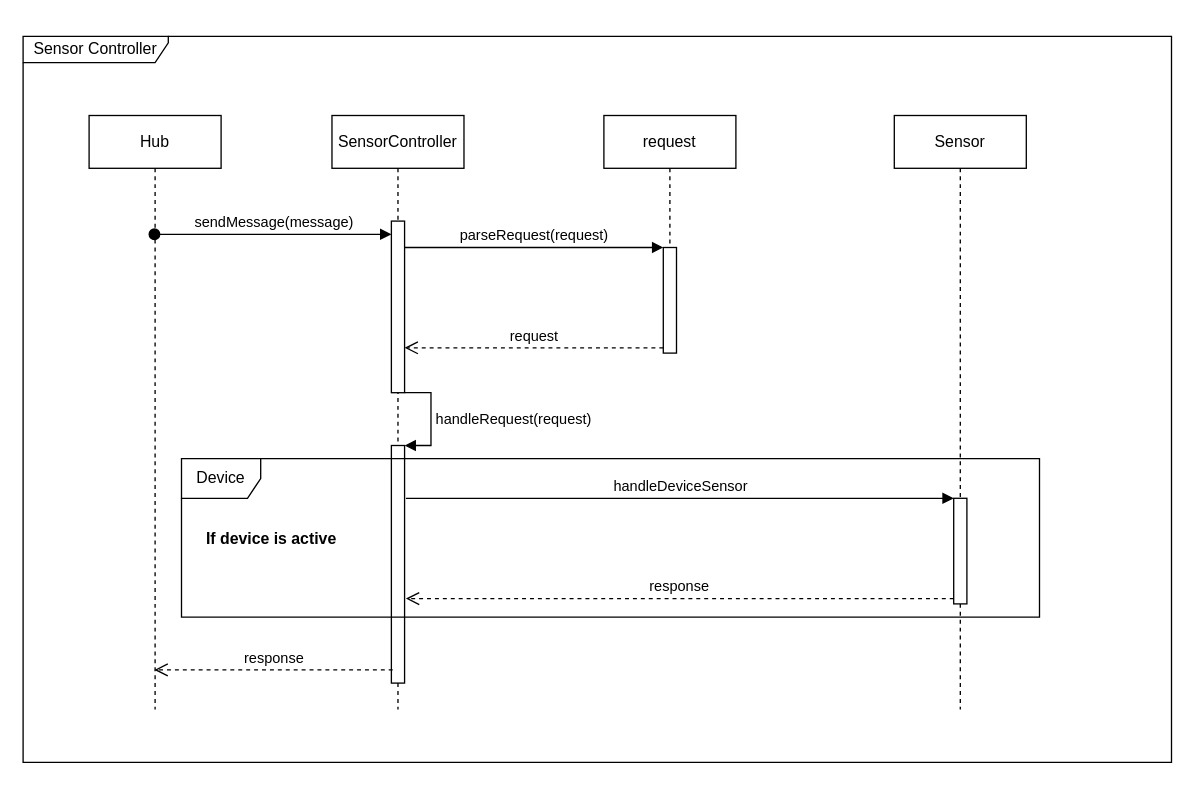
The draw.io diagram page "Page-5" (3 of 3) of Device_Group/Diagrams/Devices_SensSequence.drawio in homedork-se2/Artefacts-docs, before the edit. Source tidied: cells renumbered, new cells numbered last; positions are measured from the earlier drawing's top-left corner, leaving out a move shared by most shapes. Both pictures are drawn from the tidied source at 132%, with x=0, y=0 at pixel (22, 36).
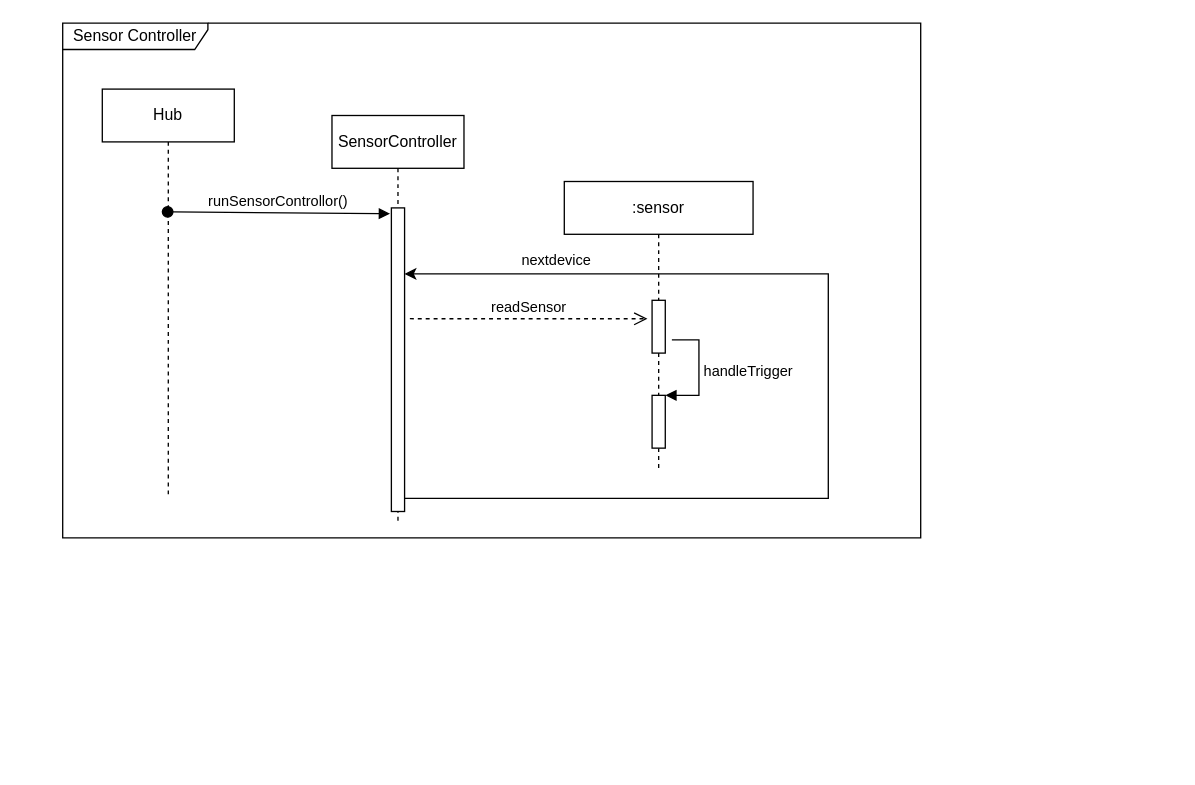
After the change.

Change to the diagram source:
```diff
@@
     <mxCell id="2" value="Sensor Controller" style="shape=umlFrame;whiteSpace=wrap;html=1;width=110;height=20;" parent="1" vertex="1">
-      <mxGeometry width="870" height="550" as="geometry" />
+      <mxGeometry x="30" y="-10" width="650" height="390" as="geometry" />
     </mxCell>
     <mxCell id="3" value="Hub" style="shape=umlLifeline;perimeter=lifelinePerimeter;whiteSpace=wrap;html=1;outlineConnect=0;" parent="1" vertex="1">
-      <mxGeometry x="50" y="60" width="100" height="450" as="geometry" />
+      <mxGeometry x="60" y="40" width="100" height="310" as="geometry" />
     </mxCell>
-    <mxCell id="4" value="request" style="shape=umlLifeline;perimeter=lifelinePerimeter;whiteSpace=wrap;html=1;" parent="1" vertex="1">
-      <mxGeometry x="440" y="60" width="100" height="160" as="geometry" />
-    </mxCell>
-    <mxCell id="5" style="html=1;points=[];perimeter=orthogonalPerimeter;" parent="4" vertex="1">
-      <mxGeometry x="45" y="100" width="10" height="80" as="geometry" />
-    </mxCell>
-    <mxCell id="6" value="Sensor" style="shape=umlLifeline;perimeter=lifelinePerimeter;whiteSpace=wrap;html=1;" parent="1" vertex="1">
-      <mxGeometry x="660" y="60" width="100" height="450" as="geometry" />
+    <mxCell id="6" value=":sensor" style="shape=umlLifeline;perimeter=lifelinePerimeter;whiteSpace=wrap;html=1;" parent="1" vertex="1">
+      <mxGeometry x="410" y="110" width="143" height="220" as="geometry" />
     </mxCell>
+    <mxCell id="20" style="html=1;points=[];perimeter=orthogonalPerimeter;" parent="6" vertex="1">
+      <mxGeometry x="66.5" y="90" width="10" height="40" as="geometry" />
+    </mxCell>
+    <mxCell id="21" style="html=1;points=[];perimeter=orthogonalPerimeter;" parent="6" vertex="1">
+      <mxGeometry x="66.5" y="162" width="10" height="40" as="geometry" />
+    </mxCell>
+    <mxCell id="22" value="handleTrigger" style="edgeStyle=orthogonalEdgeStyle;html=1;align=left;spacingLeft=2;endArrow=block;rounded=0;entryX=1;entryY=0;exitX=1.05;exitY=0.95;exitDx=0;exitDy=0;exitPerimeter=0;" parent="6" edge="1" target="21">
+      <mxGeometry relative="1" as="geometry">
+        <mxPoint x="81.5" y="120" as="sourcePoint" />
+        <Array as="points">
+          <mxPoint x="102" y="120" />
+          <mxPoint x="102" y="162" />
+        </Array>
+      </mxGeometry>
+    </mxCell>
     <mxCell id="7" value="SensorController" style="shape=umlLifeline;perimeter=lifelinePerimeter;whiteSpace=wrap;html=1;" parent="1" vertex="1">
-      <mxGeometry x="234" y="60" width="100" height="450" as="geometry" />
+      <mxGeometry x="234" y="60" width="100" height="310" as="geometry" />
     </mxCell>
     <mxCell id="8" style="html=1;points=[];perimeter=orthogonalPerimeter;" parent="7" vertex="1">
-      <mxGeometry x="45" y="80" width="10" height="130" as="geometry" />
+      <mxGeometry x="45" y="70" width="10" height="230" as="geometry" />
     </mxCell>
-    <mxCell id="9" value="handleRequest(request)" style="edgeStyle=orthogonalEdgeStyle;html=1;align=left;spacingLeft=2;endArrow=block;rounded=0;entryX=1;entryY=0;" parent="7" edge="1" source="8" target="10">
-      <mxGeometry relative="1" as="geometry">
+    <mxCell id="9" value="nextdevice" style="edgeStyle=orthogonalEdgeStyle;html=1;align=left;spacingLeft=2;endArrow=none;rounded=0;endFill=0;startArrow=classic;startFill=1;" parent="7" edge="1">
+      <mxGeometry x="-0.79" y="10" relative="1" as="geometry">
+        <mxPoint x="55" y="120" as="sourcePoint" />
+        <mxPoint x="55" y="290" as="targetPoint" />
         <Array as="points">
-          <mxPoint x="75" y="210" />
-          <mxPoint x="75" y="250" />
+          <mxPoint x="376" y="120" />
+          <mxPoint x="376" y="290" />
+          <mxPoint x="55" y="290" />
         </Array>
       </mxGeometry>
     </mxCell>
-    <mxCell id="10" style="html=1;points=[];perimeter=orthogonalPerimeter;" parent="7" vertex="1">
-      <mxGeometry x="45" y="250" width="10" height="180" as="geometry" />
-    </mxCell>
-    <mxCell id="11" value="sendMessage(message)" style="html=1;verticalAlign=bottom;startArrow=oval;endArrow=block;startSize=8;rounded=0;" parent="1" edge="1" source="3" target="8">
+    <mxCell id="11" value="runSensorControllor()" style="html=1;verticalAlign=bottom;startArrow=oval;endArrow=block;startSize=8;rounded=0;entryX=-0.1;entryY=0.019;entryDx=0;entryDy=0;entryPerimeter=0;" parent="1" edge="1" source="3" target="8">
       <mxGeometry relative="1" as="geometry">
         <Array as="points">
-          <mxPoint x="140" y="150" />
+          <mxPoint x="110" y="133" />
         </Array>
       </mxGeometry>
     </mxCell>
-    <mxCell id="12" value="parseRequest(request)" style="html=1;verticalAlign=bottom;endArrow=block;entryX=0;entryY=0;rounded=0;" parent="1" edge="1" target="5">
-      <mxGeometry relative="1" as="geometry">
-        <mxPoint x="289" y="160" as="sourcePoint" />
-      </mxGeometry>
-    </mxCell>
-    <mxCell id="13" value="Device" style="shape=umlFrame;whiteSpace=wrap;html=1;" parent="1" vertex="1">
-      <mxGeometry x="120" y="320" width="650" height="120" as="geometry" />
-    </mxCell>
-    <mxCell id="14" value="request" style="html=1;verticalAlign=bottom;endArrow=open;dashed=1;endSize=8;exitX=0;exitY=0.95;rounded=0;" parent="1" edge="1" source="5" target="8">
-      <mxGeometry relative="1" as="geometry" />
+    <mxCell id="14" value="readSensor" style="html=1;verticalAlign=bottom;endArrow=open;dashed=1;endSize=8;rounded=0;startArrow=none;exitX=1.4;exitY=0.365;exitDx=0;exitDy=0;exitPerimeter=0;entryX=-0.35;entryY=0.35;entryDx=0;entryDy=0;entryPerimeter=0;" parent="1" edge="1" source="8" target="20">
+      <mxGeometry relative="1" as="geometry">
+        <Array as="points">
+          <mxPoint x="370" y="214" />
+          <mxPoint x="440" y="214" />
+        </Array>
+      </mxGeometry>
     </mxCell>
-    <mxCell id="15" style="html=1;points=[];perimeter=orthogonalPerimeter;" parent="1" vertex="1">
-      <mxGeometry x="705" y="350" width="10" height="80" as="geometry" />
-    </mxCell>
-    <mxCell id="16" value="handleDeviceSensor" style="html=1;verticalAlign=bottom;endArrow=block;entryX=0;entryY=0;rounded=0;" parent="1" edge="1" target="15">
-      <mxGeometry relative="1" as="geometry">
-        <mxPoint x="290" y="350" as="sourcePoint" />
-      </mxGeometry>
-    </mxCell>
-    <mxCell id="17" value="response" style="html=1;verticalAlign=bottom;endArrow=open;dashed=1;endSize=8;exitX=0;exitY=0.95;rounded=0;" parent="1" edge="1" source="15">
-      <mxGeometry relative="1" as="geometry">
-        <mxPoint x="290" y="426" as="targetPoint" />
-      </mxGeometry>
-    </mxCell>
-    <mxCell id="18" value="If device is active " style="text;align=center;fontStyle=1;verticalAlign=middle;spacingLeft=3;spacingRight=3;strokeColor=none;" parent="1" vertex="1">
-      <mxGeometry x="150" y="367" width="80" height="26" as="geometry" />
-    </mxCell>
-    <mxCell id="19" value="response" style="html=1;verticalAlign=bottom;endArrow=open;dashed=1;endSize=8;rounded=0;" parent="1" edge="1" target="3">
-      <mxGeometry relative="1" as="geometry">
-        <mxPoint x="280" y="480" as="sourcePoint" />
-      </mxGeometry>
-    </mxCell>
```
